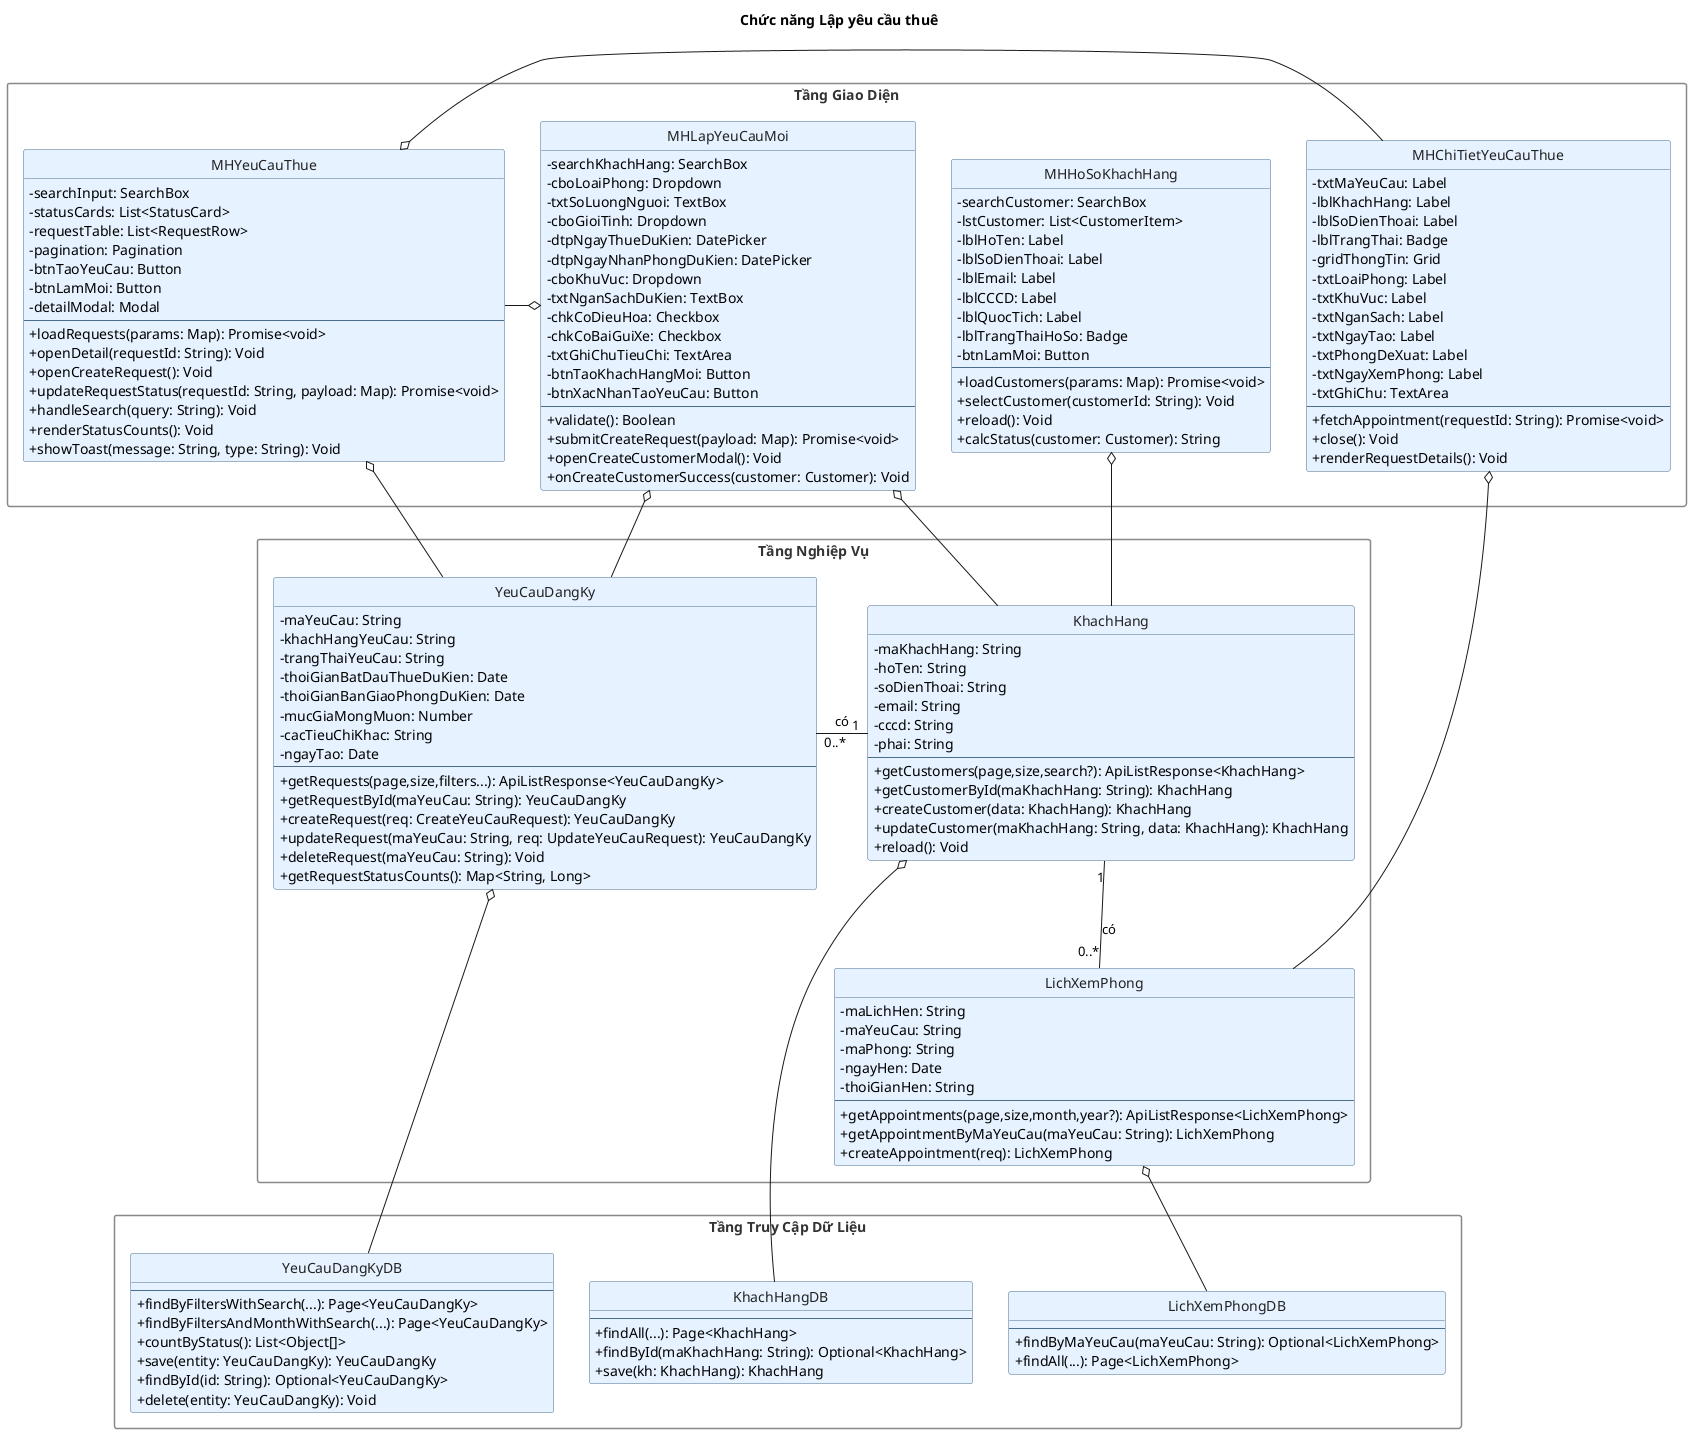
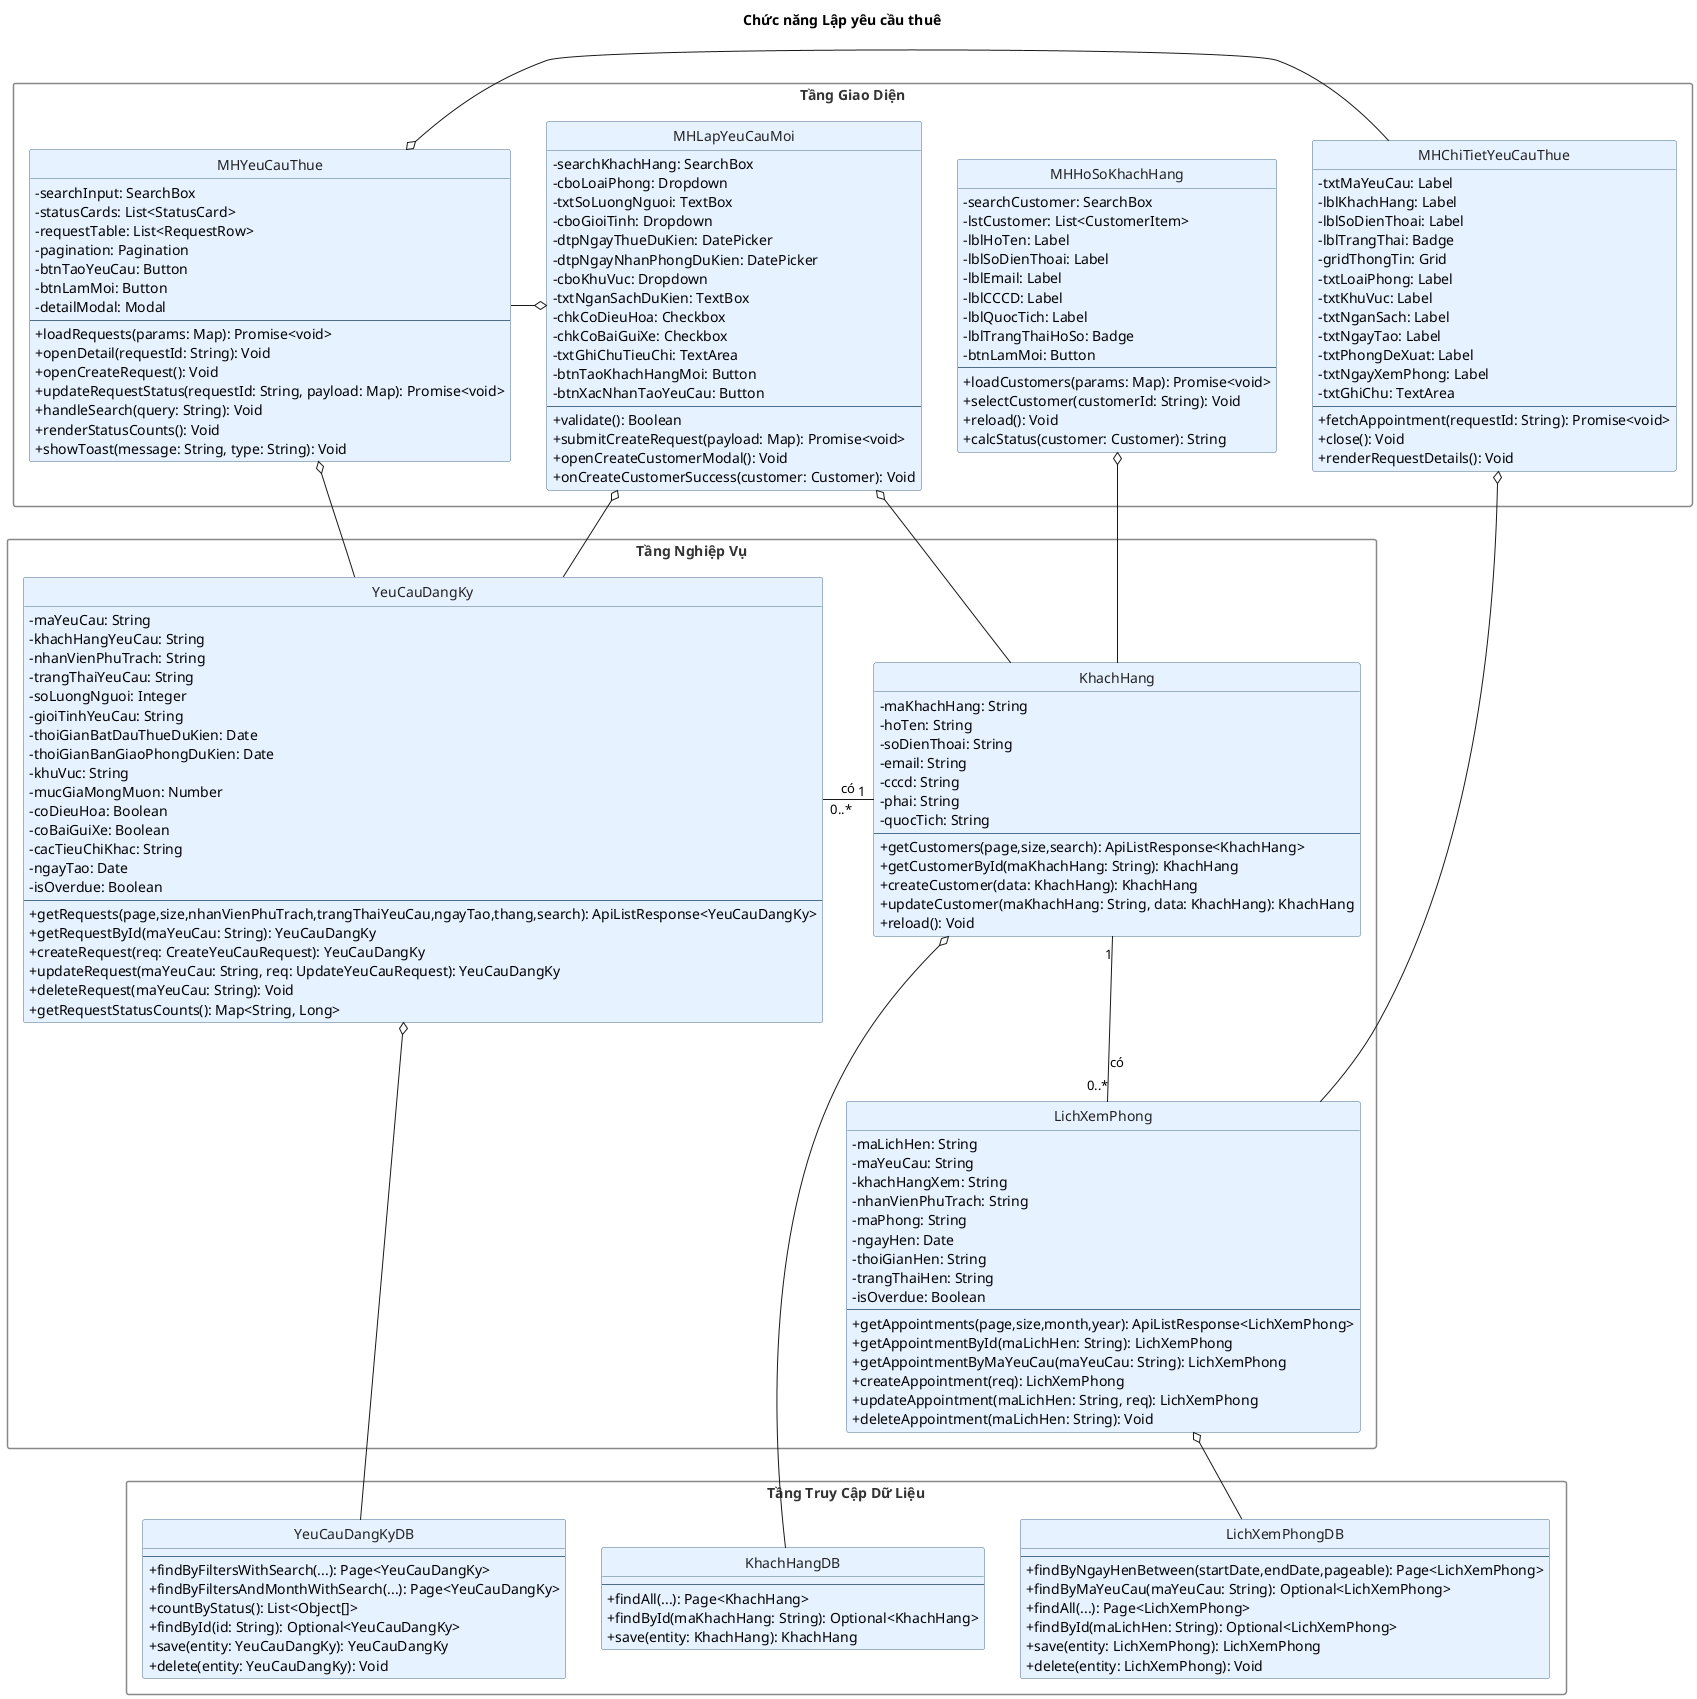
@startuml
title Chức năng Lập yêu cầu thuê

hide circle
skinparam shadowing false
skinparam classAttributeIconSize 0

skinparam class {
  BorderColor #4C6E8B
  BackgroundColor #E6F2FF
  FontColor #222222
}

skinparam package {
  BorderColor #888888
  FontColor #333333
  FontSize 14
  Style rectangle
}

' ================= TẦNG GIAO DIỆN =================
package "Tầng Giao Diện" as UI_Layer {
class MHYeuCauThue {
  ' Presentation (SaleRequests.tsx - Request List Screen)
  -searchInput: SearchBox
  -statusCards: List<StatusCard>
  -requestTable: List<RequestRow>
  -pagination: Pagination
  -btnTaoYeuCau: Button
  -btnLamMoi: Button
  -detailModal: Modal
  --
  +loadRequests(params: Map): Promise<void>
  +openDetail(requestId: String): Void
  +openCreateRequest(): Void
  +updateRequestStatus(requestId: String, payload: Map): Promise<void>
  +handleSearch(query: String): Void
  +renderStatusCounts(): Void
  +showToast(message: String, type: String): Void
}

class MHChiTietYeuCauThue {
  ' Presentation (RequestDetailModal - Request Detail Screen)
  -txtMaYeuCau: Label
  -lblKhachHang: Label
  -lblSoDienThoai: Label
  -lblTrangThai: Badge
  -gridThongTin: Grid
  -txtLoaiPhong: Label
  -txtKhuVuc: Label
  -txtNganSach: Label
  -txtNgayTao: Label
  -txtPhongDeXuat: Label
  -txtNgayXemPhong: Label
  -txtGhiChu: TextArea
  --
  +fetchAppointment(requestId: String): Promise<void>
  +close(): Void
  +renderRequestDetails(): Void
}

class MHLapYeuCauMoi {
  ' Presentation (CreateRequestTab - Create Request Screen)
  -searchKhachHang: SearchBox
  -cboLoaiPhong: Dropdown
  -txtSoLuongNguoi: TextBox
  -cboGioiTinh: Dropdown
  -dtpNgayThueDuKien: DatePicker
  -dtpNgayNhanPhongDuKien: DatePicker
  -cboKhuVuc: Dropdown
  -txtNganSachDuKien: TextBox
  -chkCoDieuHoa: Checkbox
  -chkCoBaiGuiXe: Checkbox
  -txtGhiChuTieuChi: TextArea
  -btnTaoKhachHangMoi: Button
  -btnXacNhanTaoYeuCau: Button
  --
  +validate(): Boolean
  +submitCreateRequest(payload: Map): Promise<void>
  +openCreateCustomerModal(): Void
  +onCreateCustomerSuccess(customer: Customer): Void
}

class MHHoSoKhachHang {
  ' Presentation (SaleCustomers.tsx - Customer List & Profile Screen)
  -searchCustomer: SearchBox
  -lstCustomer: List<CustomerItem>
  -lblHoTen: Label
  -lblSoDienThoai: Label
  -lblEmail: Label
  -lblCCCD: Label
  -lblQuocTich: Label
  -lblTrangThaiHoSo: Badge
  -btnLamMoi: Button
  --
  +loadCustomers(params: Map): Promise<void>
  +selectCustomer(customerId: String): Void
  +reload(): Void
  +calcStatus(customer: Customer): String
}
}

' ================= TẦNG NGHIỆP VỤ =================
package "Tầng Nghiệp Vụ" as BLL_Layer {


class LichXemPhong {
  ' Entity + Service (LichXemPhong / Appointment + AppointmentService)
  ' Attributes
  -maLichHen: String
  -maYeuCau: String
+   -khachHangXem: String
+   -nhanVienPhuTrach: String
  -maPhong: String
  -ngayHen: Date
  -thoiGianHen: String
+   -trangThaiHen: String
+   -isOverdue: Boolean
  --
  ' Methods (service operations)
-   +getAppointments(page,size,month,year?): ApiListResponse<LichXemPhong>
+   +getAppointments(page,size,month,year): ApiListResponse<LichXemPhong>
+   +getAppointmentById(maLichHen: String): LichXemPhong
  +getAppointmentByMaYeuCau(maYeuCau: String): LichXemPhong
  +createAppointment(req): LichXemPhong
+   +updateAppointment(maLichHen: String, req): LichXemPhong
+   +deleteAppointment(maLichHen: String): Void
}

class YeuCauDangKy {
  ' Entity + Service (YeuCauDangKy + RequestService)
  ' Attributes
  -maYeuCau: String
  -khachHangYeuCau: String
+   -nhanVienPhuTrach: String
  -trangThaiYeuCau: String
+   -soLuongNguoi: Integer
+   -gioiTinhYeuCau: String
  -thoiGianBatDauThueDuKien: Date
  -thoiGianBanGiaoPhongDuKien: Date
+   -khuVuc: String
  -mucGiaMongMuon: Number
+   -coDieuHoa: Boolean
+   -coBaiGuiXe: Boolean
  -cacTieuChiKhac: String
  -ngayTao: Date
+   -isOverdue: Boolean
  --
  ' Methods (service operations)
-   +getRequests(page,size,filters...): ApiListResponse<YeuCauDangKy>
+   +getRequests(page,size,nhanVienPhuTrach,trangThaiYeuCau,ngayTao,thang,search): ApiListResponse<YeuCauDangKy>
  +getRequestById(maYeuCau: String): YeuCauDangKy
  +createRequest(req: CreateYeuCauRequest): YeuCauDangKy
  +updateRequest(maYeuCau: String, req: UpdateYeuCauRequest): YeuCauDangKy
  +deleteRequest(maYeuCau: String): Void
  +getRequestStatusCounts(): Map<String, Long>
}

class KhachHang {
  ' Entity + Service (KhachHang + CustomerService)
  ' Attributes
  -maKhachHang: String
  -hoTen: String
  -soDienThoai: String
  -email: String
  -cccd: String
  -phai: String
-   --
-   +getCustomers(page,size,search?): ApiListResponse<KhachHang>
+   -quocTich: String
+   --
+   ' Methods (service operations)
+   +getCustomers(page,size,search): ApiListResponse<KhachHang>
  +getCustomerById(maKhachHang: String): KhachHang
  +createCustomer(data: KhachHang): KhachHang
  +updateCustomer(maKhachHang: String, data: KhachHang): KhachHang
  +reload(): Void
}
}


' ================= TẦNG TRUY CẬP DỮ LIỆU =================
package "Tầng Truy Cập Dữ Liệu" as DAL_Layer {
class YeuCauDangKyDB {
  --
  +findByFiltersWithSearch(...): Page<YeuCauDangKy>
  +findByFiltersAndMonthWithSearch(...): Page<YeuCauDangKy>
  +countByStatus(): List<Object[]>
+   +findById(id: String): Optional<YeuCauDangKy>
  +save(entity: YeuCauDangKy): YeuCauDangKy
-   +findById(id: String): Optional<YeuCauDangKy>
  +delete(entity: YeuCauDangKy): Void
}

class LichXemPhongDB {
  --
+   +findByNgayHenBetween(startDate,endDate,pageable): Page<LichXemPhong>
  +findByMaYeuCau(maYeuCau: String): Optional<LichXemPhong>
  +findAll(...): Page<LichXemPhong>
+   +findById(maLichHen: String): Optional<LichXemPhong>
+   +save(entity: LichXemPhong): LichXemPhong
+   +delete(entity: LichXemPhong): Void
}

class KhachHangDB {
  --
  +findAll(...): Page<KhachHang>
  +findById(maKhachHang: String): Optional<KhachHang>
-   +save(kh: KhachHang): KhachHang
+   +save(entity: KhachHang): KhachHang
}
}

' ================= LIÊN KẾT GIỮA CÁC TẦNG =================

'0. Giữa các màn hình với trangThaiYeuCau
MHYeuCauThue o-right- MHChiTietYeuCauThue
MHLapYeuCauMoi o-right-MHYeuCauThue

' 1. Giao diện gọi Nghiệp vụ (UI -> BLL)
MHYeuCauThue o-- YeuCauDangKy
MHChiTietYeuCauThue o-- LichXemPhong
MHLapYeuCauMoi o-- YeuCauDangKy
MHLapYeuCauMoi o-- KhachHang
MHHoSoKhachHang o-- KhachHang

' 2. Quan hệ nội bộ tầng Nghiệp vụ (Entity Relationships)
KhachHang "1" -right- "0..*" YeuCauDangKy : có
KhachHang "1" -- "0..*" LichXemPhong : có

' 3. Nghiệp vụ gọi Truy cập dữ liệu (BLL -> DAL)
YeuCauDangKy o-- YeuCauDangKyDB
LichXemPhong o-- LichXemPhongDB
KhachHang o-- KhachHangDB
@enduml